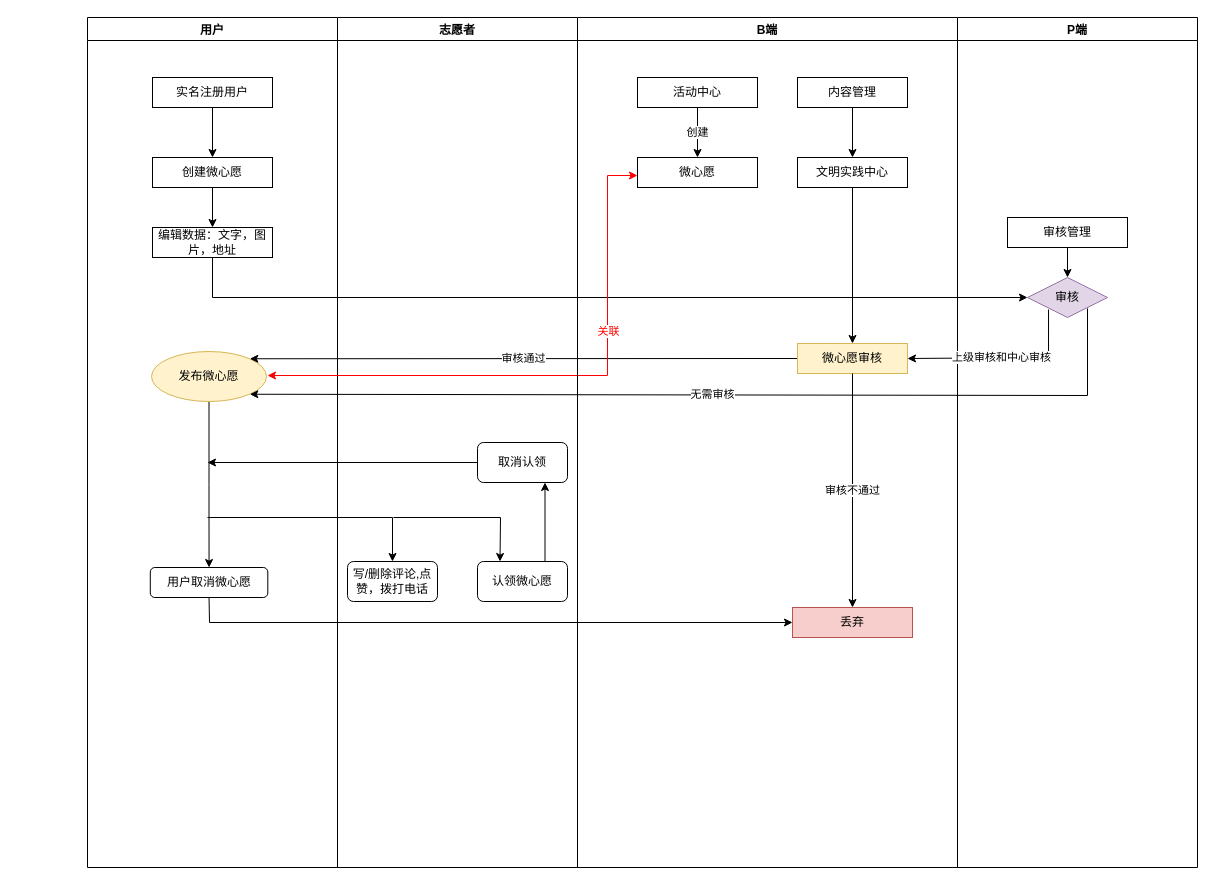
Above: 微心愿改版.drawio in KZ137onethe/hello-world (draw.io), before the change. Source tidied: cells renumbered, new cells numbered last; positions are measured from the earlier drawing's top-left corner, leaving out a move shared by most shapes. Both pictures are drawn from the tidied source at 100%, with x=0, y=0 at pixel (87, 17).
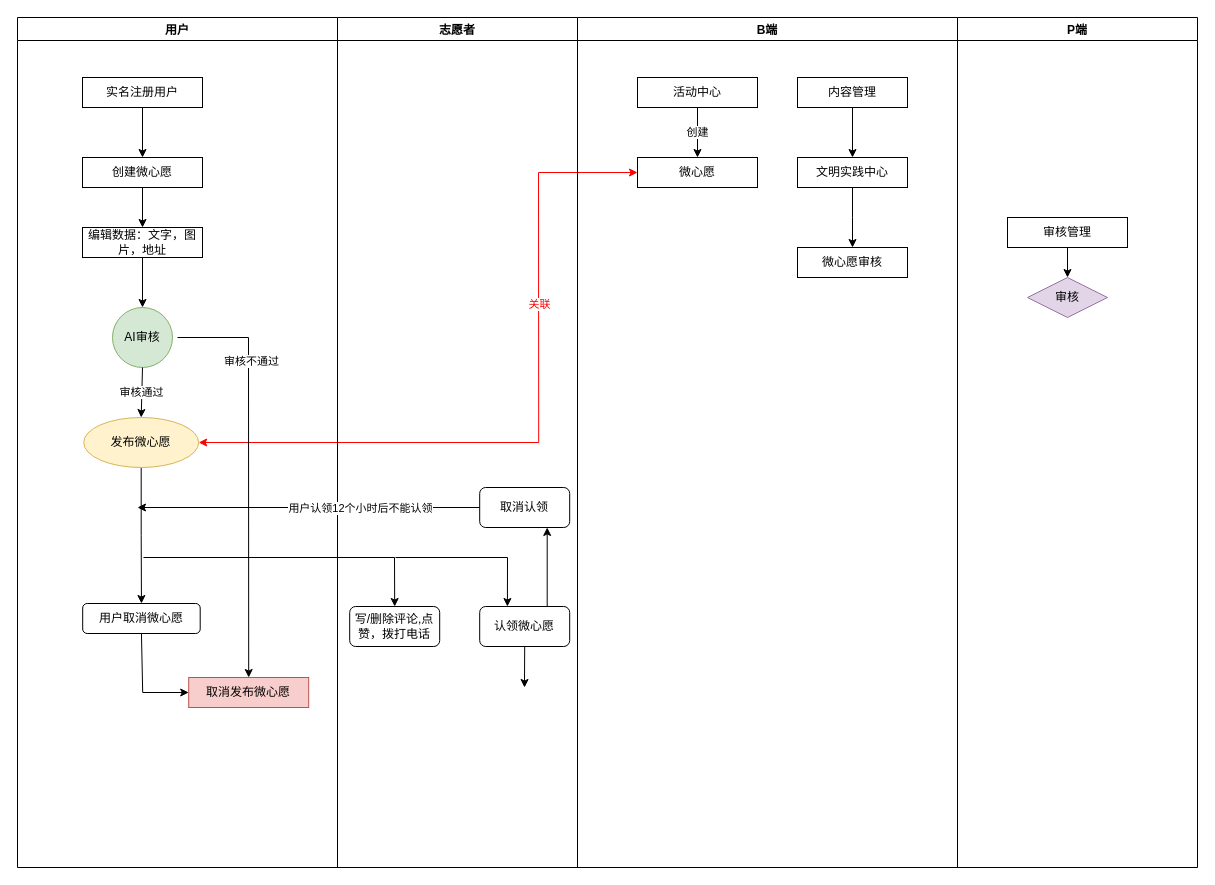
The same diagram, later.

Commit message (it also covers changes not shown here):
微心愿改版.drawio

Unchanged cells that the change refers to:
```xml
<mxCell id="7" value="编辑数据：文字，图片，地址" style="rounded=0;whiteSpace=wrap;html=1;" parent="2" vertex="1">
  <mxGeometry x="65" y="210" width="120" height="30" as="geometry" />
</mxCell>
<mxCell id="12" value="志愿者" style="swimlane;" parent="1" vertex="1">
  <mxGeometry x="250" width="240" height="850" as="geometry" />
</mxCell>
<mxCell id="18" value="审核" style="strokeWidth=1;html=1;shape=mxgraph.flowchart.decision;whiteSpace=wrap;fillColor=#e1d5e7;strokeColor=#9673a6;" parent="17" vertex="1">
  <mxGeometry x="70" y="260" width="80" height="40" as="geometry" />
</mxCell>
<mxCell id="26" value="B端" style="swimlane;" parent="1" vertex="1">
  <mxGeometry x="490" width="380" height="850" as="geometry" />
</mxCell>
<mxCell id="29" value="微心愿" style="rounded=0;whiteSpace=wrap;html=1;" parent="26" vertex="1">
  <mxGeometry x="60" y="140" width="120" height="30" as="geometry" />
</mxCell>
<mxCell id="32" value="文明实践中心" style="rounded=0;whiteSpace=wrap;html=1;strokeWidth=1;" parent="26" vertex="1">
  <mxGeometry x="220" y="140" width="110" height="30" as="geometry" />
</mxCell>
```

Change to the diagram source:
```diff
@@
     <mxCell id="2" value="用户" style="swimlane;" parent="1" vertex="1">
-      <mxGeometry width="250" height="850" as="geometry" />
+      <mxGeometry x="-70" width="320" height="850" as="geometry" />
     </mxCell>
@@
     <mxCell id="9" value="发布微心愿" style="strokeWidth=1;html=1;shape=mxgraph.flowchart.start_1;whiteSpace=wrap;fillColor=#fff2cc;strokeColor=#d6b656;" parent="2" vertex="1">
-      <mxGeometry x="64" y="334" width="115" height="50" as="geometry" />
+      <mxGeometry x="66.2" y="400" width="115" height="50" as="geometry" />
     </mxCell>
     <mxCell id="10" value="用户取消微心愿" style="rounded=1;whiteSpace=wrap;html=1;fontColor=#000000;strokeWidth=1;verticalAlign=middle;" parent="2" vertex="1">
-      <mxGeometry x="62.8" y="550" width="117.5" height="30" as="geometry" />
+      <mxGeometry x="65.2" y="586" width="117.5" height="30" as="geometry" />
     </mxCell>
-    <mxCell id="11" style="endArrow=classic;html=1;rounded=0;fontColor=#000000;strokeColor=#000000;entryX=0.5;entryY=0;entryDx=0;entryDy=0;" parent="2" edge="1" target="13">
-      <mxGeometry relative="1" as="geometry">
-        <mxPoint x="120" y="500" as="sourcePoint" />
-        <Array as="points">
-          <mxPoint x="305" y="500" />
-        </Array>
-      </mxGeometry>
-    </mxCell>
+    <mxCell id="41" value="&lt;font color=&quot;#000000&quot;&gt;AI审核&lt;/font&gt;" style="ellipse;whiteSpace=wrap;html=1;shadow=0;glass=0;strokeColor=#82b366;strokeWidth=1;fillColor=#d5e8d4;verticalAlign=middle;" parent="2" vertex="1">
+      <mxGeometry x="95" y="290" width="60" height="60" as="geometry" />
+    </mxCell>
+    <mxCell id="42" style="endArrow=classic;html=1;rounded=0;fontColor=#000000;strokeColor=#000000;exitX=0.5;exitY=1;exitDx=0;exitDy=0;entryX=0.5;entryY=0;entryDx=0;entryDy=0;" parent="2" edge="1" source="7" target="41">
+      <mxGeometry relative="1" as="geometry" />
+    </mxCell>
+    <mxCell id="23" value="审核通过" style="endArrow=classic;html=1;rounded=0;fontColor=#000000;strokeColor=#000000;exitX=0.5;exitY=1;exitDx=0;exitDy=0;entryX=0.5;entryY=0;entryDx=0;entryDy=0;entryPerimeter=0;" parent="2" edge="1" source="41" target="9">
+      <mxGeometry relative="1" as="geometry" />
+    </mxCell>
+    <mxCell id="24" style="endArrow=classic;startArrow=classic;html=1;rounded=0;exitX=1;exitY=0.5;exitDx=0;exitDy=0;exitPerimeter=0;entryX=0;entryY=0.5;entryDx=0;entryDy=0;strokeColor=#FF0000;" parent="2" edge="1" target="29">
+      <mxGeometry relative="1" as="geometry">
+        <mxPoint x="181.2" y="425" as="sourcePoint" />
+        <Array as="points">
+          <mxPoint x="521.2" y="425" />
+          <mxPoint x="521" y="155" />
+        </Array>
+      </mxGeometry>
+    </mxCell>
+    <mxCell id="25" value="关联" style="edgeLabel;html=1;align=center;verticalAlign=middle;fontColor=#FF0000;" parent="24" vertex="1">
+      <mxGeometry x="0.35" relative="1" as="geometry" />
+    </mxCell>
+    <mxCell id="35" value="取消发布微心愿" style="rounded=0;whiteSpace=wrap;html=1;fillColor=#f8cecc;strokeColor=#b85450;" parent="2" vertex="1">
+      <mxGeometry x="171.2" y="660" width="120" height="30" as="geometry" />
+    </mxCell>
+    <mxCell id="38" style="endArrow=classic;html=1;rounded=0;fontColor=#FF0000;strokeColor=#000000;entryX=0;entryY=0.5;entryDx=0;entryDy=0;exitX=0.5;exitY=1;exitDx=0;exitDy=0;" parent="2" edge="1" source="10" target="35">
+      <mxGeometry relative="1" as="geometry">
+        <Array as="points">
+          <mxPoint x="125.2" y="675" />
+        </Array>
+      </mxGeometry>
+    </mxCell>
@@
     <mxCell id="13" value="写/删除评论,点赞，拨打电话" style="rounded=1;whiteSpace=wrap;html=1;fontColor=#000000;strokeWidth=1;verticalAlign=middle;glass=0;" parent="12" vertex="1">
-      <mxGeometry x="10" y="544" width="90" height="40" as="geometry" />
+      <mxGeometry x="12.2" y="589" width="90" height="40" as="geometry" />
     </mxCell>
     <mxCell id="14" value="认领微心愿" style="rounded=1;whiteSpace=wrap;html=1;fontColor=#000000;strokeWidth=1;verticalAlign=middle;glass=0;" parent="12" vertex="1">
-      <mxGeometry x="140" y="544" width="90" height="40" as="geometry" />
+      <mxGeometry x="142.2" y="589" width="90" height="40" as="geometry" />
     </mxCell>
     <mxCell id="15" value="取消认领" style="rounded=1;whiteSpace=wrap;html=1;fontColor=#000000;strokeWidth=1;verticalAlign=middle;glass=0;" parent="12" vertex="1">
-      <mxGeometry x="140" y="425" width="90" height="40" as="geometry" />
+      <mxGeometry x="142.2" y="470" width="90" height="40" as="geometry" />
     </mxCell>
@@
-    <mxCell id="21" style="endArrow=classic;html=1;rounded=0;exitX=0.5;exitY=1;exitDx=0;exitDy=0;entryX=0;entryY=0.5;entryDx=0;entryDy=0;entryPerimeter=0;" parent="1" edge="1" source="7" target="18">
-      <mxGeometry relative="1" as="geometry">
-        <Array as="points">
-          <mxPoint x="125" y="280" />
-        </Array>
-      </mxGeometry>
-    </mxCell>
-    <mxCell id="22" value="无需审核" style="endArrow=classic;html=1;rounded=0;exitX=0.75;exitY=0.775;exitDx=0;exitDy=0;exitPerimeter=0;entryX=0.855;entryY=0.855;entryDx=0;entryDy=0;entryPerimeter=0;" parent="1" edge="1" source="18" target="9">
-      <mxGeometry relative="1" as="geometry">
-        <Array as="points">
-          <mxPoint x="1000" y="378" />
-        </Array>
-      </mxGeometry>
-    </mxCell>
-    <mxCell id="23" value="审核通过" style="endArrow=classic;html=1;rounded=0;exitX=0;exitY=0.5;exitDx=0;exitDy=0;entryX=0.855;entryY=0.145;entryDx=0;entryDy=0;entryPerimeter=0;" parent="1" edge="1" source="34" target="9">
-      <mxGeometry relative="1" as="geometry" />
-    </mxCell>
-    <mxCell id="24" style="endArrow=classic;startArrow=classic;html=1;rounded=0;exitX=1;exitY=0.5;exitDx=0;exitDy=0;exitPerimeter=0;entryX=0;entryY=0.5;entryDx=0;entryDy=0;strokeColor=#FF0000;" parent="1" edge="1">
-      <mxGeometry relative="1" as="geometry">
-        <mxPoint x="180" y="358" as="sourcePoint" />
-        <mxPoint x="550" y="158" as="targetPoint" />
-        <Array as="points">
-          <mxPoint x="520" y="358" />
-          <mxPoint x="520" y="158" />
-        </Array>
-      </mxGeometry>
-    </mxCell>
-    <mxCell id="25" value="关联" style="edgeLabel;html=1;align=center;verticalAlign=middle;fontColor=#FF0000;" parent="24" vertex="1">
-      <mxGeometry x="0.35" relative="1" as="geometry" />
-    </mxCell>
@@
-    <mxCell id="31" style="edgeStyle=orthogonalEdgeStyle;rounded=0;jettySize=auto;html=1;exitX=0.5;exitY=1;exitDx=0;exitDy=0;entryX=0.5;entryY=0;entryDx=0;entryDy=0;" parent="26" edge="1" source="32" target="34">
-      <mxGeometry relative="1" as="geometry" />
+    <mxCell id="31" style="edgeStyle=orthogonalEdgeStyle;rounded=0;jettySize=auto;html=1;exitX=0.5;exitY=1;exitDx=0;exitDy=0;" parent="26" edge="1" source="32">
+      <mxGeometry relative="1" as="geometry">
+        <mxPoint x="275" y="230" as="targetPoint" />
+      </mxGeometry>
     </mxCell>
@@
-    <mxCell id="34" value="微心愿审核" style="rounded=0;whiteSpace=wrap;html=1;strokeWidth=1;fillColor=#fff2cc;strokeColor=#d6b656;" parent="26" vertex="1">
-      <mxGeometry x="220" y="326" width="110" height="30" as="geometry" />
+    <mxCell id="34" value="微心愿审核" style="rounded=0;whiteSpace=wrap;html=1;strokeWidth=1;" parent="26" vertex="1">
+      <mxGeometry x="220" y="230" width="110" height="30" as="geometry" />
     </mxCell>
-    <mxCell id="35" value="丢弃" style="rounded=0;whiteSpace=wrap;html=1;fillColor=#f8cecc;strokeColor=#b85450;" parent="26" vertex="1">
-      <mxGeometry x="215" y="590" width="120" height="30" as="geometry" />
-    </mxCell>
+    <mxCell id="43" style="endArrow=classic;html=1;rounded=0;fontColor=#000000;strokeColor=#000000;exitX=0;exitY=0.5;exitDx=0;exitDy=0;" parent="1" edge="1" source="15">
+      <mxGeometry relative="1" as="geometry">
+        <mxPoint x="50" y="490" as="targetPoint" />
+      </mxGeometry>
+    </mxCell>
+    <mxCell id="44" value="用户认领12个小时后不能认领" style="edgeLabel;html=1;align=center;verticalAlign=middle;fontColor=#000000;" parent="43" vertex="1">
+      <mxGeometry x="-0.3" relative="1" as="geometry" />
+    </mxCell>
+    <mxCell id="45" style="endArrow=classic;html=1;rounded=0;fontColor=#000000;strokeColor=#000000;" parent="1" edge="1" target="35">
+      <mxGeometry relative="1" as="geometry">
+        <mxPoint x="90" y="320" as="sourcePoint" />
+        <Array as="points">
+          <mxPoint x="161" y="320" />
+        </Array>
+      </mxGeometry>
+    </mxCell>
-    <mxCell id="36" value="审核不通过" style="endArrow=classic;html=1;rounded=0;exitX=0.5;exitY=1;exitDx=0;exitDy=0;entryX=0.5;entryY=0;entryDx=0;entryDy=0;" parent="26" edge="1" source="34" target="35">
-      <mxGeometry relative="1" as="geometry" />
+    <mxCell id="36" value="审核不通过" style="edgeLabel;html=1;align=center;verticalAlign=middle;fontColor=#000000;" parent="45" vertex="1">
+      <mxGeometry x="-0.54" y="2" relative="1" as="geometry" />
     </mxCell>
-    <mxCell id="37" value="上级审核和中心审核" style="endArrow=classic;html=1;rounded=0;exitX=0.263;exitY=0.8;exitDx=0;exitDy=0;exitPerimeter=0;entryX=1;entryY=0.5;entryDx=0;entryDy=0;" parent="1" edge="1" source="18" target="34">
-      <mxGeometry relative="1" as="geometry">
-        <Array as="points">
-          <mxPoint x="961" y="340" />
-        </Array>
-      </mxGeometry>
-    </mxCell>
-    <mxCell id="38" style="endArrow=classic;html=1;rounded=0;fontColor=#FF0000;strokeColor=#000000;entryX=0;entryY=0.5;entryDx=0;entryDy=0;exitX=0.5;exitY=1;exitDx=0;exitDy=0;" parent="1" edge="1" source="10" target="35">
-      <mxGeometry relative="1" as="geometry">
-        <Array as="points">
-          <mxPoint x="122" y="605" />
-        </Array>
-      </mxGeometry>
-    </mxCell>
-    <mxCell id="39" style="endArrow=classic;html=1;rounded=0;fontColor=#FF0000;strokeColor=#000000;entryX=0.25;entryY=0;entryDx=0;entryDy=0;" parent="1" edge="1" target="14">
-      <mxGeometry relative="1" as="geometry">
-        <mxPoint x="306" y="500" as="sourcePoint" />
-        <Array as="points">
-          <mxPoint x="413" y="500" />
-        </Array>
-      </mxGeometry>
-    </mxCell>
-    <mxCell id="40" style="endArrow=classic;html=1;rounded=0;fontColor=#FF0000;strokeColor=#000000;exitX=0;exitY=0.5;exitDx=0;exitDy=0;" parent="1" edge="1" source="15">
-      <mxGeometry relative="1" as="geometry">
-        <mxPoint x="120" y="445" as="targetPoint" />
-      </mxGeometry>
-    </mxCell>
+    <mxCell id="46" style="endArrow=classic;html=1;rounded=0;fontColor=#000000;strokeColor=#000000;entryX=0.5;entryY=0;entryDx=0;entryDy=0;" parent="1" edge="1" target="13">
+      <mxGeometry relative="1" as="geometry">
+        <mxPoint x="56" y="540" as="sourcePoint" />
+        <Array as="points">
+          <mxPoint x="307" y="540" />
+        </Array>
+      </mxGeometry>
+    </mxCell>
+    <mxCell id="47" style="endArrow=classic;html=1;rounded=0;fontColor=#000000;strokeColor=#000000;entryX=0.308;entryY=0;entryDx=0;entryDy=0;entryPerimeter=0;" parent="1" edge="1" target="14">
+      <mxGeometry relative="1" as="geometry">
+        <mxPoint x="308" y="540" as="sourcePoint" />
+        <Array as="points">
+          <mxPoint x="420" y="540" />
+        </Array>
+      </mxGeometry>
+    </mxCell>
+    <mxCell id="48" style="endArrow=classic;html=1;rounded=0;fontColor=#000000;strokeColor=#000000;exitX=0.5;exitY=1;exitDx=0;exitDy=0;" parent="1" edge="1" source="14">
+      <mxGeometry relative="1" as="geometry">
+        <mxPoint x="437" y="670" as="targetPoint" />
+      </mxGeometry>
+    </mxCell>
```
